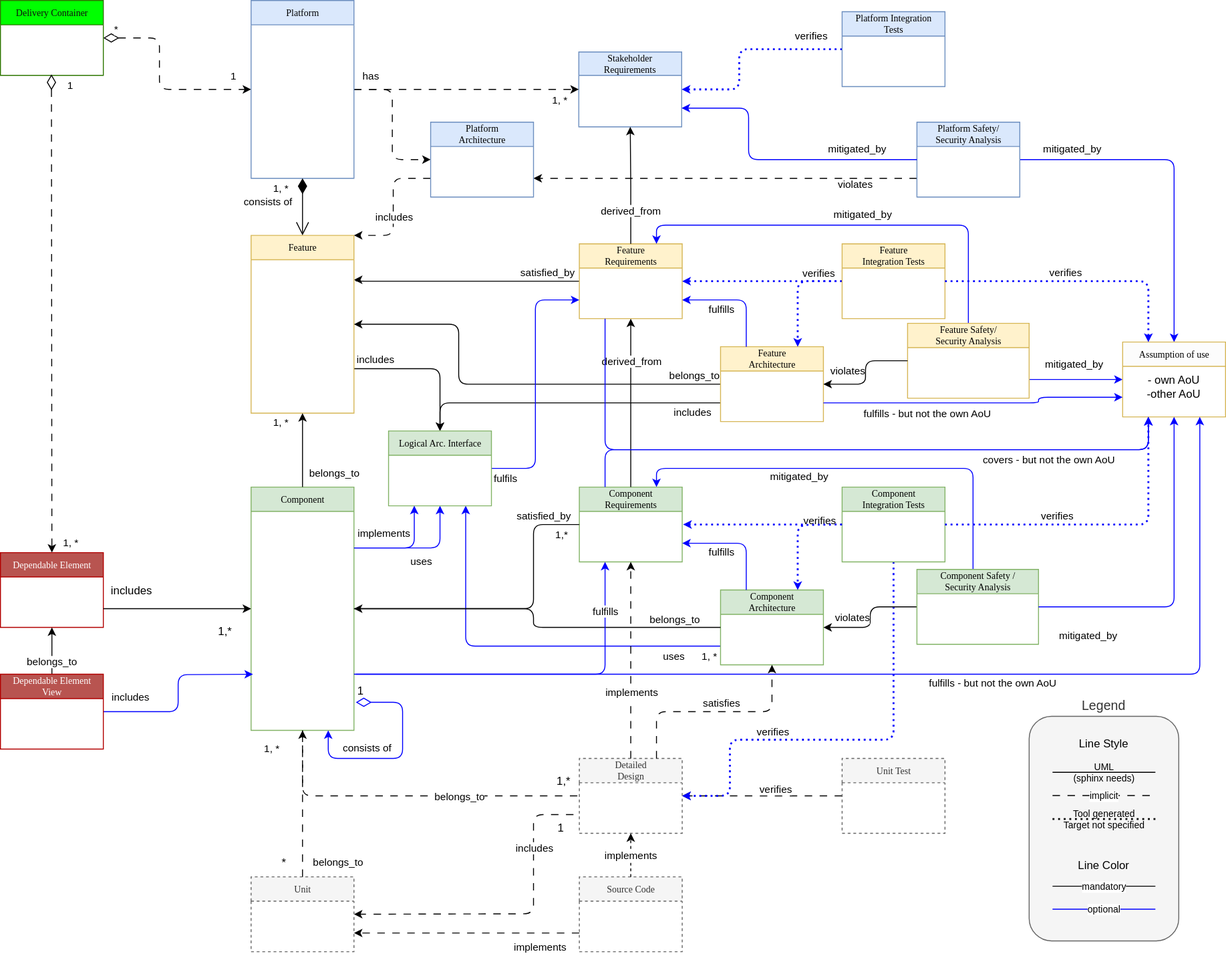
The draw.io diagram main/_images/score_building_blocks_meta_model.drawio.svg in eclipse-score/process_description, before a commit. Source tidied: cells renumbered, new cells last; positions are measured from the earlier drawing's top-left corner, leaving out a move shared by most shapes.
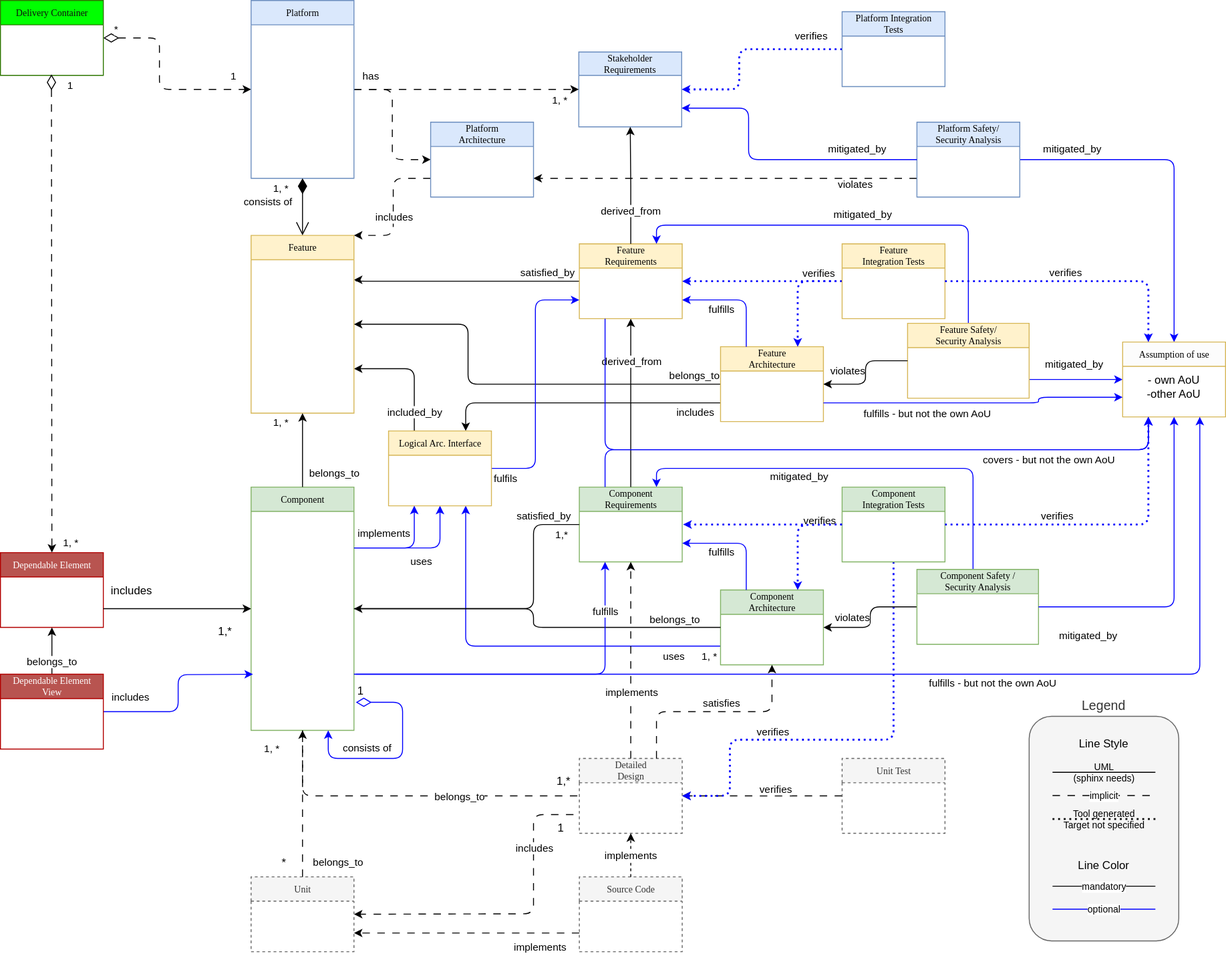
Above is the later version.

The edit, as a diff of the source:
```diff
@@ -23,10 +23,8 @@
         <mxPoint x="-13" y="-7" as="offset" />
       </mxGeometry>
     </mxCell>
-    <mxCell id="6" value="includes" style="edgeStyle=orthogonalEdgeStyle;html=1;exitX=1;exitY=0.75;exitDx=0;exitDy=0;entryX=0.5;entryY=0;entryDx=0;entryDy=0;" parent="1" edge="1" source="7" target="99">
-      <mxGeometry x="-0.71" y="11" relative="1" as="geometry">
-        <mxPoint y="1" as="offset" />
-      </mxGeometry>
+    <mxCell id="6" value="included_by" style="edgeStyle=orthogonalEdgeStyle;html=1;exitX=1;exitY=0.75;exitDx=0;exitDy=0;entryX=0.25;entryY=0;entryDx=0;entryDy=0;endArrow=none;endFill=0;startArrow=classic;startFill=1;" parent="1" edge="1" source="7" target="99">
+      <mxGeometry x="0.69" relative="1" as="geometry" />
     </mxCell>
     <mxCell id="7" value="Feature" style="swimlane;html=1;fontStyle=0;horizontal=1;startSize=26;fillColor=#fff2cc;swimlaneFillColor=#ffffff;rounded=0;shadow=0;comic=0;labelBackgroundColor=none;strokeWidth=1;fontFamily=Verdana;fontSize=10;align=center;strokeColor=#d6b656;" parent="1" vertex="1">
       <mxGeometry x="268" y="251" width="110" height="190" as="geometry" />
@@ -43,14 +41,14 @@
     <mxCell id="11" value="Feature&lt;br&gt;Requirements" style="swimlane;html=1;fontStyle=0;horizontal=1;startSize=26;fillColor=#fff2cc;swimlaneFillColor=#ffffff;rounded=0;shadow=0;comic=0;labelBackgroundColor=none;strokeWidth=1;fontFamily=Verdana;fontSize=10;align=center;strokeColor=#d6b656;" parent="1" vertex="1">
       <mxGeometry x="619" y="260" width="110" height="80" as="geometry" />
     </mxCell>
-    <mxCell id="12" value="includes" style="edgeStyle=orthogonalEdgeStyle;html=1;exitX=0;exitY=0.75;exitDx=0;exitDy=0;entryX=0.5;entryY=0;entryDx=0;entryDy=0;" parent="1" edge="1" source="15" target="99">
+    <mxCell id="12" value="includes" style="edgeStyle=orthogonalEdgeStyle;html=1;exitX=0;exitY=0.75;exitDx=0;exitDy=0;entryX=0.75;entryY=0;entryDx=0;entryDy=0;" parent="1" edge="1" source="15" target="99">
       <mxGeometry x="-0.82" y="10" relative="1" as="geometry" />
     </mxCell>
     <mxCell id="13" style="edgeStyle=orthogonalEdgeStyle;html=1;exitX=0;exitY=0.5;exitDx=0;exitDy=0;entryX=1;entryY=0.5;entryDx=0;entryDy=0;" parent="1" edge="1" source="15" target="7">
       <mxGeometry relative="1" as="geometry">
         <Array as="points">
-          <mxPoint x="490" y="410" />
-          <mxPoint x="490" y="346" />
+          <mxPoint x="500" y="410" />
+          <mxPoint x="500" y="346" />
         </Array>
       </mxGeometry>
     </mxCell>
@@ -450,7 +448,7 @@
     <mxCell id="98" value="fulfils" style="edgeStyle=orthogonalEdgeStyle;html=1;entryX=0;entryY=0.75;entryDx=0;entryDy=0;exitX=1;exitY=0.5;exitDx=0;exitDy=0;strokeColor=#0000FF;verticalAlign=top;rounded=1;align=center;spacing=0;fontFamily=Helvetica;fontSize=11;fontColor=default;labelBackgroundColor=default;endArrow=classic;" parent="1" edge="1" source="99" target="11">
       <mxGeometry x="-0.89" relative="1" as="geometry" />
     </mxCell>
-    <mxCell id="99" value="Logical Arc. Interface" style="swimlane;html=1;fontStyle=0;horizontal=1;startSize=26;fillColor=#d5e8d4;swimlaneFillColor=#ffffff;rounded=0;shadow=0;comic=0;labelBackgroundColor=none;strokeWidth=1;fontFamily=Verdana;fontSize=10;align=center;strokeColor=#82b366;" parent="1" vertex="1">
+    <mxCell id="99" value="Logical Arc. Interface" style="swimlane;html=1;fontStyle=0;horizontal=1;startSize=26;fillColor=#fff2cc;swimlaneFillColor=#ffffff;rounded=0;shadow=0;comic=0;labelBackgroundColor=none;strokeWidth=1;fontFamily=Verdana;fontSize=10;align=center;strokeColor=#d6b656;verticalAlign=middle;fontColor=default;" parent="1" vertex="1">
       <mxGeometry x="415" y="460" width="110" height="80" as="geometry" />
     </mxCell>
     <mxCell id="100" value="Legend" style="rounded=1;whiteSpace=wrap;html=1;verticalAlign=bottom;labelPosition=center;verticalLabelPosition=top;align=center;fontSize=14;fillColor=#f5f5f5;fontColor=#333333;strokeColor=#666666;" parent="1" vertex="1">
```
